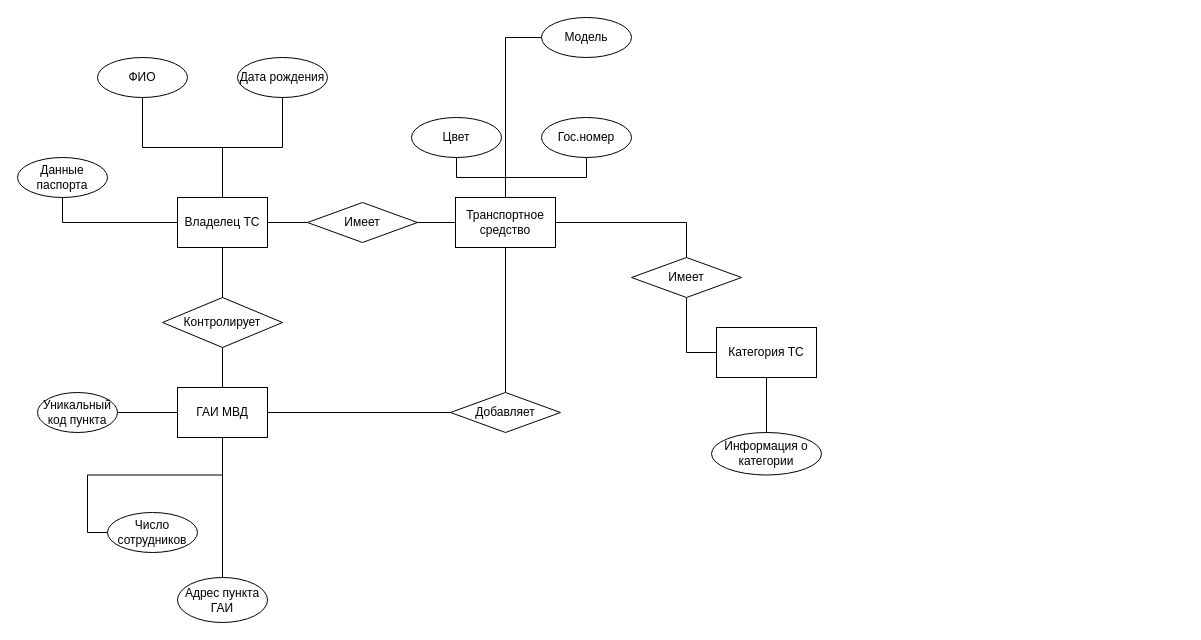
Earlier version of the draw.io diagram lab3DB.drawio (duahifnv/TrafficInspectionApp). Source tidied: cells renumbered, new cells numbered last; positions are measured from the earlier drawing's top-left corner, leaving out a move shared by most shapes. Both pictures are drawn from the tidied source at 100%, with x=0, y=0 at pixel (17, 17).
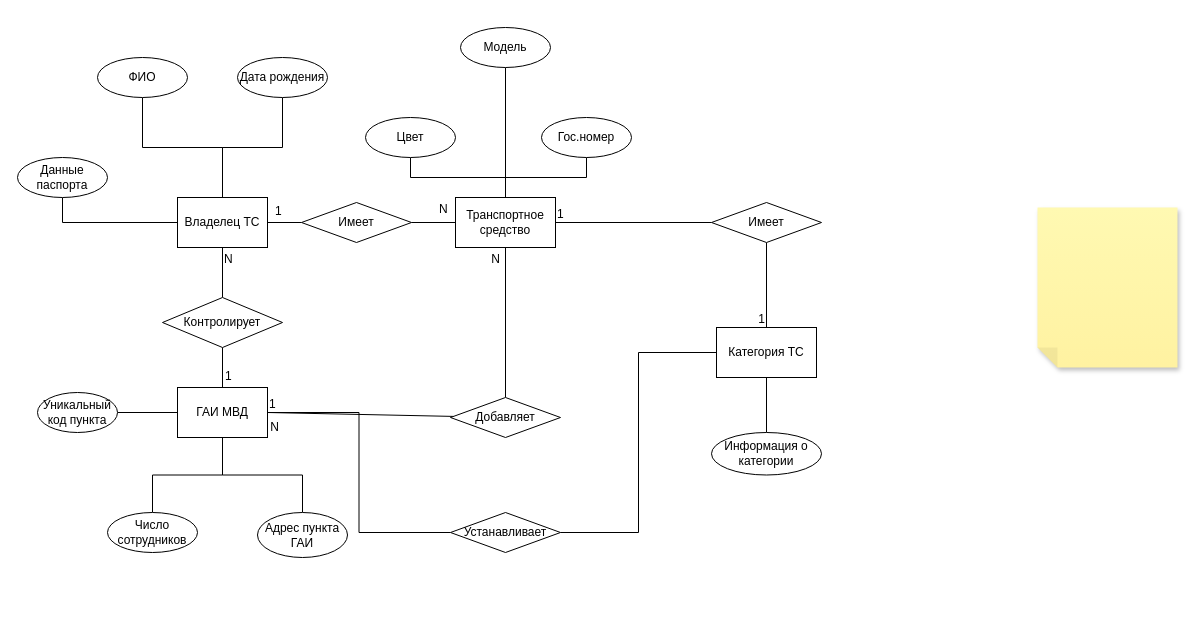
Above is the later version.

Unchanged cells that the change refers to:
```xml
<mxCell id="12" value="ГАИ МВД" style="rounded=0;whiteSpace=wrap;html=1;" parent="1" vertex="1">
  <mxGeometry x="160" y="370" width="90" height="50" as="geometry" />
</mxCell>
<mxCell id="17" value="Транспортное средство" style="rounded=0;whiteSpace=wrap;html=1;" parent="1" vertex="1">
  <mxGeometry x="438" y="180" width="100" height="50" as="geometry" />
</mxCell>
<mxCell id="22" value="Число сотрудников" style="ellipse;whiteSpace=wrap;html=1;" parent="1" vertex="1">
  <mxGeometry x="90" y="495" width="90" height="40" as="geometry" />
</mxCell>
<mxCell id="32" value="Категория ТС" style="rounded=0;whiteSpace=wrap;html=1;" parent="1" vertex="1">
  <mxGeometry x="699" y="310" width="100" height="50" as="geometry" />
</mxCell>
```

Change to the diagram source:
```diff
@@
-    <mxCell id="8" style="edgeStyle=orthogonalEdgeStyle;rounded=0;jettySize=auto;html=1;entryX=0;entryY=0.5;entryDx=0;entryDy=0;endArrow=none;endFill=0;" parent="1" edge="1" source="12" target="22">
-      <mxGeometry relative="1" as="geometry" />
-    </mxCell>
@@
-    <mxCell id="11" style="edgeStyle=orthogonalEdgeStyle;rounded=0;jettySize=auto;html=1;exitX=1;exitY=0.5;exitDx=0;exitDy=0;entryX=0;entryY=0.5;entryDx=0;entryDy=0;endArrow=none;endFill=0;" parent="1" edge="1" source="12" target="27">
-      <mxGeometry relative="1" as="geometry" />
-    </mxCell>
+    <mxCell id="8" style="edgeStyle=orthogonalEdgeStyle;rounded=0;jettySize=auto;html=1;entryX=0.5;entryY=0;entryDx=0;entryDy=0;endArrow=none;endFill=0;" parent="1" edge="1" source="12" target="22">
+      <mxGeometry relative="1" as="geometry" />
+    </mxCell>
+    <mxCell id="38" style="edgeStyle=orthogonalEdgeStyle;rounded=0;jettySize=auto;html=1;entryX=0;entryY=0.5;entryDx=0;entryDy=0;endArrow=none;endFill=0;" parent="1" edge="1" source="12" target="48">
+      <mxGeometry relative="1" as="geometry" />
+    </mxCell>
@@
+    <mxCell id="16" style="edgeStyle=orthogonalEdgeStyle;rounded=0;jettySize=auto;html=1;entryX=0.5;entryY=1;entryDx=0;entryDy=0;endArrow=none;endFill=0;" parent="1" edge="1" source="17" target="30">
+      <mxGeometry relative="1" as="geometry" />
+    </mxCell>
-    <mxCell id="14" style="edgeStyle=orthogonalEdgeStyle;rounded=0;jettySize=auto;html=1;entryX=0;entryY=0.5;entryDx=0;entryDy=0;endArrow=none;endFill=0;" parent="1" edge="1" source="17" target="29">
+    <mxCell id="14" style="edgeStyle=orthogonalEdgeStyle;rounded=0;jettySize=auto;html=1;endArrow=none;endFill=0;" parent="1" edge="1" source="17" target="29">
       <mxGeometry relative="1" as="geometry" />
     </mxCell>
-    <mxCell id="15" style="edgeStyle=orthogonalEdgeStyle;rounded=0;jettySize=auto;html=1;entryX=0.5;entryY=0;entryDx=0;entryDy=0;endArrow=none;endFill=0;" parent="1" edge="1" source="17" target="34">
-      <mxGeometry relative="1" as="geometry" />
-    </mxCell>
-    <mxCell id="16" style="edgeStyle=orthogonalEdgeStyle;rounded=0;jettySize=auto;html=1;entryX=0.5;entryY=1;entryDx=0;entryDy=0;endArrow=none;endFill=0;" parent="1" edge="1" source="17" target="30">
-      <mxGeometry relative="1" as="geometry" />
-    </mxCell>
@@
     <mxCell id="21" value="Адрес пункта ГАИ" style="ellipse;whiteSpace=wrap;html=1;" parent="1" vertex="1">
-      <mxGeometry x="160" y="560" width="90" height="45" as="geometry" />
+      <mxGeometry x="240" y="495" width="90" height="45" as="geometry" />
     </mxCell>
@@
-    <mxCell id="26" style="edgeStyle=orthogonalEdgeStyle;rounded=0;jettySize=auto;html=1;endArrow=none;endFill=0;" parent="1" edge="1" source="27" target="17">
-      <mxGeometry relative="1" as="geometry" />
-    </mxCell>
-    <mxCell id="27" value="Добавляет" style="rhombus;whiteSpace=wrap;html=1;" parent="1" vertex="1">
-      <mxGeometry x="433" y="375" width="110" height="40" as="geometry" />
-    </mxCell>
@@
     <mxCell id="29" value="Модель" style="ellipse;whiteSpace=wrap;html=1;" parent="1" vertex="1">
-      <mxGeometry x="524" width="90" height="40" as="geometry" />
+      <mxGeometry x="443" y="10" width="90" height="40" as="geometry" />
     </mxCell>
     <mxCell id="30" value="Цвет" style="ellipse;whiteSpace=wrap;html=1;" parent="1" vertex="1">
-      <mxGeometry x="394" y="100" width="90" height="40" as="geometry" />
+      <mxGeometry x="348" y="100" width="90" height="40" as="geometry" />
     </mxCell>
@@
-    <mxCell id="33" style="edgeStyle=orthogonalEdgeStyle;rounded=0;jettySize=auto;html=1;entryX=0;entryY=0.5;entryDx=0;entryDy=0;endArrow=none;endFill=0;" parent="1" edge="1" source="34" target="32">
-      <mxGeometry relative="1" as="geometry" />
-    </mxCell>
-    <mxCell id="34" value="Имеет" style="rhombus;whiteSpace=wrap;html=1;" parent="1" vertex="1">
-      <mxGeometry x="614" y="240" width="110" height="40" as="geometry" />
-    </mxCell>
@@
     <mxCell id="37" value="Имеет" style="rhombus;whiteSpace=wrap;html=1;" parent="1" vertex="1">
-      <mxGeometry x="290" y="185" width="110" height="40" as="geometry" />
+      <mxGeometry x="284" y="185" width="110" height="40" as="geometry" />
     </mxCell>
+    <mxCell id="33" style="endArrow=none;html=1;rounded=0;entryX=0.5;entryY=0;entryDx=0;entryDy=0;" parent="1" edge="1" source="34" target="32">
+      <mxGeometry relative="1" as="geometry" />
+    </mxCell>
+    <mxCell id="39" value="1" style="html=1;whiteSpace=wrap;align=right;verticalAlign=bottom;" parent="33" vertex="1">
+      <mxGeometry x="1" relative="1" as="geometry" />
+    </mxCell>
+    <mxCell id="15" style="endArrow=none;html=1;rounded=0;exitX=1;exitY=0.5;exitDx=0;exitDy=0;" parent="1" edge="1" source="17" target="34">
+      <mxGeometry relative="1" as="geometry" />
+    </mxCell>
+    <mxCell id="40" value="1" style="html=1;whiteSpace=wrap;align=left;verticalAlign=bottom;" parent="15" vertex="1">
+      <mxGeometry x="-1" relative="1" as="geometry" />
+    </mxCell>
+    <mxCell id="34" value="Имеет" style="rhombus;whiteSpace=wrap;html=1;" parent="1" vertex="1">
+      <mxGeometry x="694" y="185" width="110" height="40" as="geometry" />
+    </mxCell>
+    <mxCell id="26" style="endArrow=none;html=1;rounded=0;entryX=0.5;entryY=1;entryDx=0;entryDy=0;" parent="1" edge="1" source="27" target="17">
+      <mxGeometry relative="1" as="geometry" />
+    </mxCell>
+    <mxCell id="41" value="N" style="html=1;whiteSpace=wrap;align=right;verticalAlign=bottom;" parent="26" vertex="1">
+      <mxGeometry x="1" relative="1" as="geometry">
+        <mxPoint x="-4" y="20" as="offset" />
+      </mxGeometry>
+    </mxCell>
+    <mxCell id="11" style="endArrow=none;html=1;rounded=0;exitX=1;exitY=0.5;exitDx=0;exitDy=0;" parent="1" edge="1" source="12" target="27">
+      <mxGeometry relative="1" as="geometry" />
+    </mxCell>
+    <mxCell id="42" value="1" style="html=1;whiteSpace=wrap;align=left;verticalAlign=bottom;" parent="11" vertex="1">
+      <mxGeometry x="-1" relative="1" as="geometry" />
+    </mxCell>
+    <mxCell id="27" value="Добавляет" style="rhombus;whiteSpace=wrap;html=1;" parent="1" vertex="1">
+      <mxGeometry x="433" y="380" width="110" height="40" as="geometry" />
+    </mxCell>
+    <mxCell id="43" value="1" style="html=1;whiteSpace=wrap;align=left;verticalAlign=bottom;" parent="1" vertex="1">
+      <mxGeometry x="260" y="405" as="geometry">
+        <mxPoint x="-54" y="-38" as="offset" />
+      </mxGeometry>
+    </mxCell>
+    <mxCell id="44" value="N" style="html=1;whiteSpace=wrap;align=left;verticalAlign=bottom;" parent="1" vertex="1">
+      <mxGeometry x="205" y="250" as="geometry" />
+    </mxCell>
+    <mxCell id="45" value="N" style="html=1;whiteSpace=wrap;align=left;verticalAlign=bottom;" parent="1" vertex="1">
+      <mxGeometry x="420" y="200" as="geometry" />
+    </mxCell>
+    <mxCell id="46" value="1" style="html=1;whiteSpace=wrap;align=left;verticalAlign=bottom;" parent="1" vertex="1">
+      <mxGeometry x="310" y="240" as="geometry">
+        <mxPoint x="-54" y="-38" as="offset" />
+      </mxGeometry>
+    </mxCell>
+    <mxCell id="47" style="edgeStyle=orthogonalEdgeStyle;rounded=0;jettySize=auto;html=1;entryX=0;entryY=0.5;entryDx=0;entryDy=0;endArrow=none;endFill=0;" parent="1" edge="1" source="48" target="32">
+      <mxGeometry relative="1" as="geometry" />
+    </mxCell>
+    <mxCell id="48" value="Устанавливает" style="rhombus;whiteSpace=wrap;html=1;" parent="1" vertex="1">
+      <mxGeometry x="433" y="495" width="110" height="40" as="geometry" />
+    </mxCell>
+    <mxCell id="49" value="N" style="html=1;whiteSpace=wrap;align=right;verticalAlign=bottom;" parent="1" vertex="1">
+      <mxGeometry x="394" y="310" as="geometry">
+        <mxPoint x="-131" y="108" as="offset" />
+      </mxGeometry>
+    </mxCell>
+    <mxCell id="50" style="shape=note;whiteSpace=wrap;html=1;backgroundOutline=1;fontColor=#000000;darkOpacity=0.05;fillColor=#FFF9B2;strokeColor=none;fillStyle=solid;direction=west;gradientDirection=north;gradientColor=#FFF2A1;shadow=1;size=20;" parent="1" vertex="1">
+      <mxGeometry x="1020" y="190" width="140" height="160" as="geometry" />
+    </mxCell>
```
